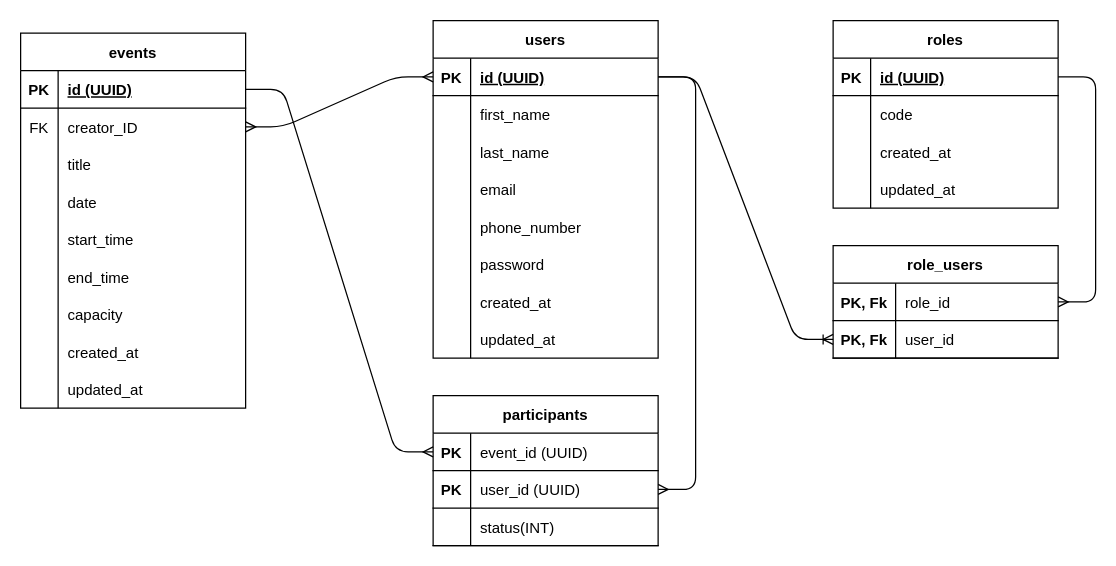
Above: database.schema.dio in Grendior/PerfectApi (draw.io), before the change. Source tidied: cells renumbered, new cells numbered last; positions are measured from the earlier drawing's top-left corner, leaving out a move shared by most shapes. Both pictures are drawn from the tidied source at 125%, with x=0, y=0 at pixel (20, 20).
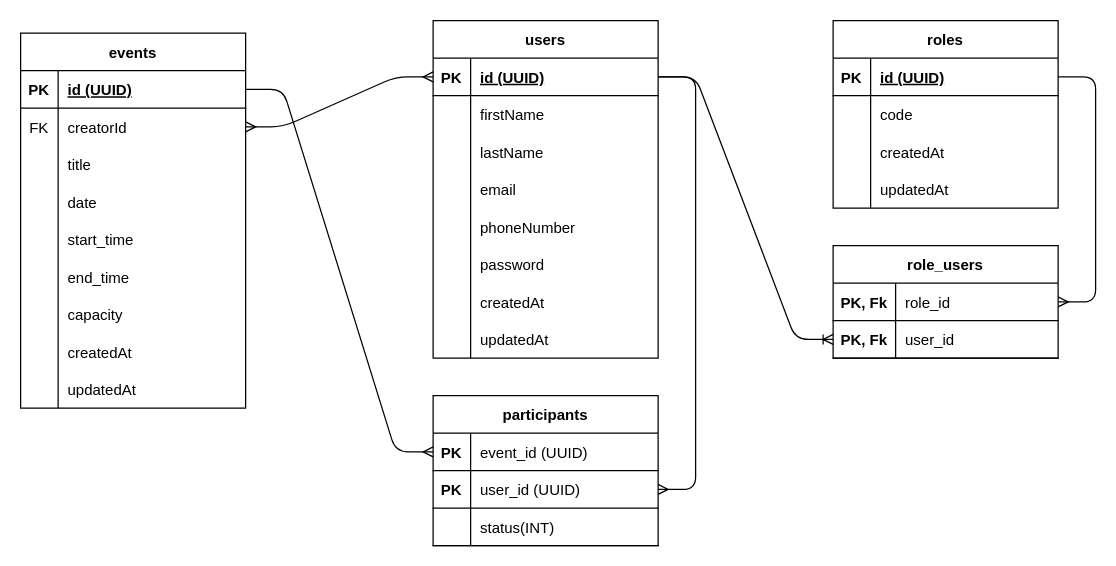
After the change.

The change refers to these unchanged cells:
```xml
<mxCell id="6" style="shape=tableRow;horizontal=0;startSize=0;swimlaneHead=0;swimlaneBody=0;fillColor=none;top=0;left=0;right=0;bottom=0;" parent="2" vertex="1">
  <mxGeometry y="60" width="180" height="30" as="geometry" />
</mxCell>
<mxCell id="9" style="shape=tableRow;horizontal=0;startSize=0;swimlaneHead=0;swimlaneBody=0;fillColor=none;top=0;left=0;right=0;bottom=0;" parent="2" vertex="1">
  <mxGeometry y="90" width="180" height="30" as="geometry" />
</mxCell>
<mxCell id="15" style="shape=tableRow;horizontal=0;startSize=0;swimlaneHead=0;swimlaneBody=0;fillColor=none;top=0;left=0;right=0;bottom=0;" parent="2" vertex="1">
  <mxGeometry y="150" width="180" height="30" as="geometry" />
</mxCell>
<mxCell id="21" style="shape=tableRow;horizontal=0;startSize=0;swimlaneHead=0;swimlaneBody=0;fillColor=none;top=0;left=0;right=0;bottom=0;" parent="2" vertex="1">
  <mxGeometry y="210" width="180" height="30" as="geometry" />
</mxCell>
<mxCell id="24" style="shape=tableRow;horizontal=0;startSize=0;swimlaneHead=0;swimlaneBody=0;fillColor=none;top=0;left=0;right=0;bottom=0;" parent="2" vertex="1">
  <mxGeometry y="240" width="180" height="30" as="geometry" />
</mxCell>
<mxCell id="34" style="shape=tableRow;horizontal=0;startSize=0;swimlaneHead=0;swimlaneBody=0;fillColor=none;top=0;left=0;right=0;bottom=0;" parent="27" vertex="1">
  <mxGeometry y="90" width="180" height="30" as="geometry" />
</mxCell>
<mxCell id="37" style="shape=tableRow;horizontal=0;startSize=0;swimlaneHead=0;swimlaneBody=0;fillColor=none;top=0;left=0;right=0;bottom=0;" parent="27" vertex="1">
  <mxGeometry y="120" width="180" height="30" as="geometry" />
</mxCell>
<mxCell id="44" style="shape=tableRow;horizontal=0;startSize=0;swimlaneHead=0;swimlaneBody=0;fillColor=none;points=[[0,0.5],[1,0.5]];portConstraint=eastwest;top=0;left=0;right=0;bottom=0;" parent="40" vertex="1">
  <mxGeometry y="60" width="180" height="30" as="geometry" />
</mxCell>
<mxCell id="62" style="shape=tableRow;horizontal=0;startSize=0;swimlaneHead=0;swimlaneBody=0;fillColor=none;top=0;left=0;right=0;bottom=0;" parent="40" vertex="1">
  <mxGeometry y="240" width="180" height="30" as="geometry" />
</mxCell>
<mxCell id="65" style="shape=tableRow;horizontal=0;startSize=0;swimlaneHead=0;swimlaneBody=0;fillColor=none;top=0;left=0;right=0;bottom=0;" parent="40" vertex="1">
  <mxGeometry y="270" width="180" height="30" as="geometry" />
</mxCell>
```

Diff of the diagram source:
```diff
@@
-    <mxCell id="8" value="first_name" style="shape=partialRectangle;fillColor=none;top=0;left=0;bottom=0;right=0;align=left;spacingLeft=6;overflow=hidden;" parent="6" vertex="1">
+    <mxCell id="8" value="firstName" style="shape=partialRectangle;fillColor=none;top=0;left=0;bottom=0;right=0;align=left;spacingLeft=6;overflow=hidden;" parent="6" vertex="1">
       <mxGeometry x="30" width="150" height="30" as="geometry" />
     </mxCell>
@@
-    <mxCell id="11" value="last_name" style="shape=partialRectangle;fillColor=none;top=0;left=0;bottom=0;right=0;align=left;spacingLeft=6;overflow=hidden;" parent="9" vertex="1">
+    <mxCell id="11" value="lastName" style="shape=partialRectangle;fillColor=none;top=0;left=0;bottom=0;right=0;align=left;spacingLeft=6;overflow=hidden;" parent="9" vertex="1">
       <mxGeometry x="30" width="150" height="30" as="geometry" />
     </mxCell>
@@
-    <mxCell id="17" value="phone_number" style="shape=partialRectangle;fillColor=none;top=0;left=0;bottom=0;right=0;align=left;spacingLeft=6;overflow=hidden;" parent="15" vertex="1">
+    <mxCell id="17" value="phoneNumber" style="shape=partialRectangle;fillColor=none;top=0;left=0;bottom=0;right=0;align=left;spacingLeft=6;overflow=hidden;" parent="15" vertex="1">
       <mxGeometry x="30" width="150" height="30" as="geometry" />
     </mxCell>
@@
-    <mxCell id="23" value="created_at" style="shape=partialRectangle;fillColor=none;top=0;left=0;bottom=0;right=0;align=left;spacingLeft=6;overflow=hidden;" parent="21" vertex="1">
+    <mxCell id="23" value="createdAt" style="shape=partialRectangle;fillColor=none;top=0;left=0;bottom=0;right=0;align=left;spacingLeft=6;overflow=hidden;" parent="21" vertex="1">
       <mxGeometry x="30" width="150" height="30" as="geometry" />
     </mxCell>
@@
-    <mxCell id="26" value="updated_at" style="shape=partialRectangle;fillColor=none;top=0;left=0;bottom=0;right=0;align=left;spacingLeft=6;overflow=hidden;" parent="24" vertex="1">
+    <mxCell id="26" value="updatedAt" style="shape=partialRectangle;fillColor=none;top=0;left=0;bottom=0;right=0;align=left;spacingLeft=6;overflow=hidden;" parent="24" vertex="1">
       <mxGeometry x="30" width="150" height="30" as="geometry" />
     </mxCell>
@@
-    <mxCell id="36" value="created_at" style="shape=partialRectangle;fillColor=none;top=0;left=0;bottom=0;right=0;align=left;spacingLeft=6;overflow=hidden;" parent="34" vertex="1">
+    <mxCell id="36" value="createdAt" style="shape=partialRectangle;fillColor=none;top=0;left=0;bottom=0;right=0;align=left;spacingLeft=6;overflow=hidden;" parent="34" vertex="1">
       <mxGeometry x="30" width="150" height="30" as="geometry" />
     </mxCell>
@@
-    <mxCell id="39" value="updated_at" style="shape=partialRectangle;fillColor=none;top=0;left=0;bottom=0;right=0;align=left;spacingLeft=6;overflow=hidden;" parent="37" vertex="1">
+    <mxCell id="39" value="updatedAt" style="shape=partialRectangle;fillColor=none;top=0;left=0;bottom=0;right=0;align=left;spacingLeft=6;overflow=hidden;" parent="37" vertex="1">
       <mxGeometry x="30" width="150" height="30" as="geometry" />
     </mxCell>
@@
-    <mxCell id="46" value="creator_ID" style="shape=partialRectangle;fillColor=none;top=0;left=0;bottom=0;right=0;align=left;spacingLeft=6;overflow=hidden;" parent="44" vertex="1">
+    <mxCell id="46" value="creatorId" style="shape=partialRectangle;fillColor=none;top=0;left=0;bottom=0;right=0;align=left;spacingLeft=6;overflow=hidden;" parent="44" vertex="1">
       <mxGeometry x="30" width="150" height="30" as="geometry" />
     </mxCell>
@@
-    <mxCell id="64" value="created_at" style="shape=partialRectangle;fillColor=none;top=0;left=0;bottom=0;right=0;align=left;spacingLeft=6;overflow=hidden;" parent="62" vertex="1">
+    <mxCell id="64" value="createdAt" style="shape=partialRectangle;fillColor=none;top=0;left=0;bottom=0;right=0;align=left;spacingLeft=6;overflow=hidden;" parent="62" vertex="1">
       <mxGeometry x="30" width="150" height="30" as="geometry" />
     </mxCell>
@@
-    <mxCell id="67" value="updated_at" style="shape=partialRectangle;fillColor=none;top=0;left=0;bottom=0;right=0;align=left;spacingLeft=6;overflow=hidden;" parent="65" vertex="1">
+    <mxCell id="67" value="updatedAt" style="shape=partialRectangle;fillColor=none;top=0;left=0;bottom=0;right=0;align=left;spacingLeft=6;overflow=hidden;" parent="65" vertex="1">
       <mxGeometry x="30" width="150" height="30" as="geometry" />
     </mxCell>
```
